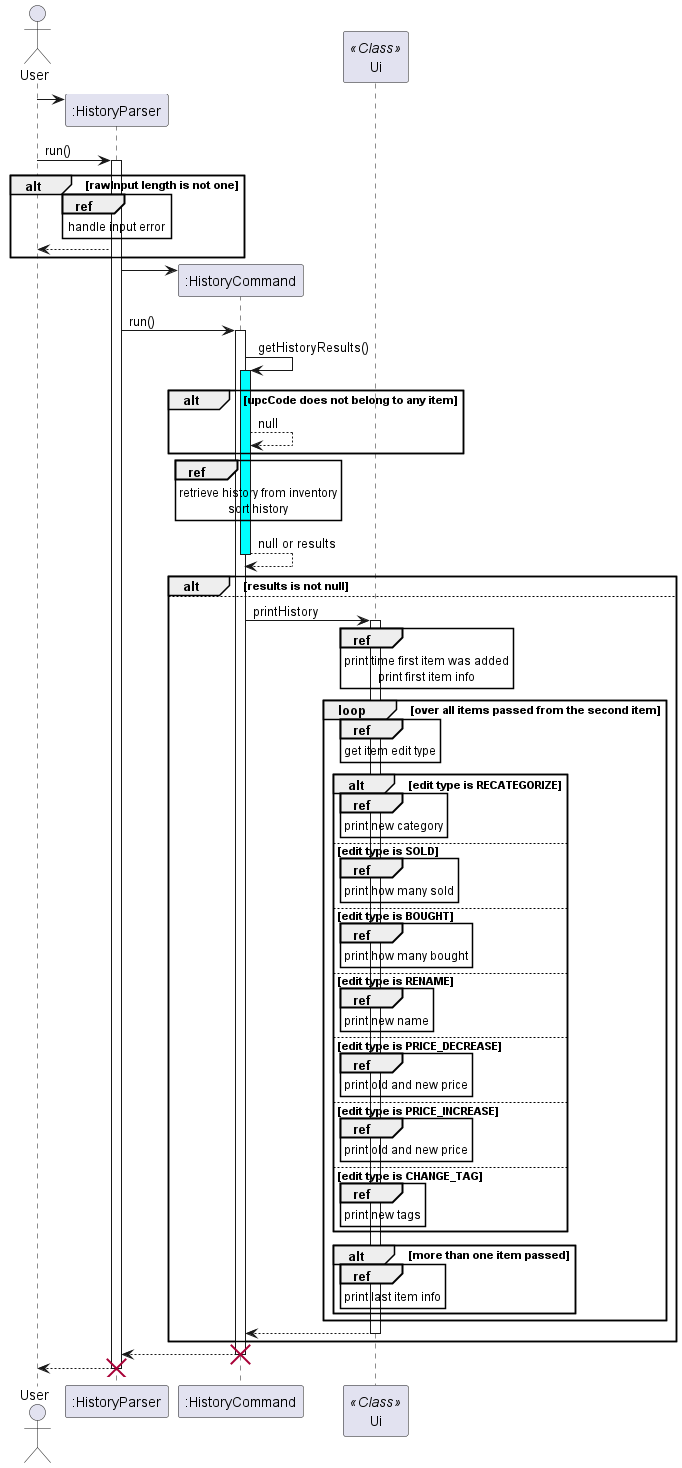
Before: docs/UML/History/HistoryParser.png, a diagram exported from PlantUML (nus-cs2113-AY2223S2/tp).
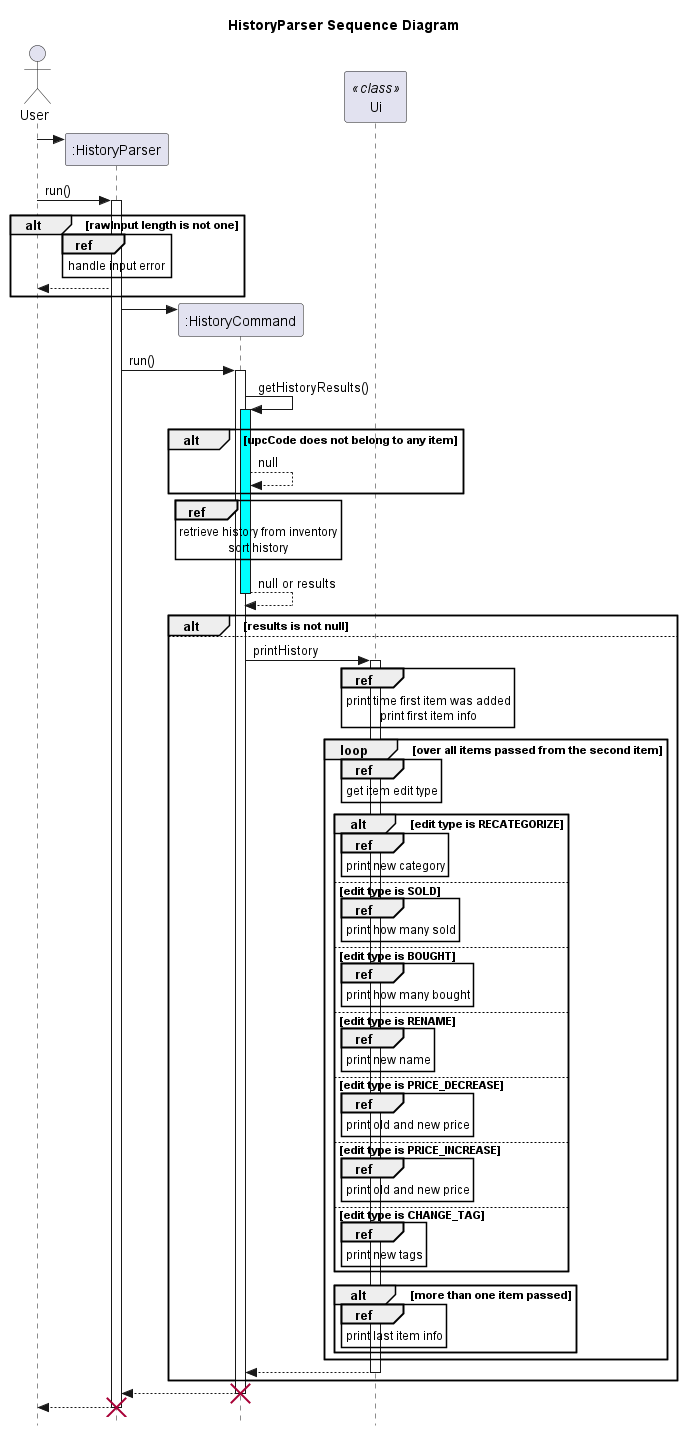
Above is the later version.

Diff of the diagram source:
```diff
@@ -1,5 +1,7 @@
 @startuml
+title HistoryParser Sequence Diagram
 
+skinparam style strictuml
 actor User
 User -> ":HistoryParser"**
 
@@ -25,7 +27,7 @@
     sort history
 end ref
 return null or results
-participant "Ui" << Class >>
+participant "Ui" <<class>>
 alt results is not null
 else
 ":HistoryCommand" -> "Ui": printHistory
```
